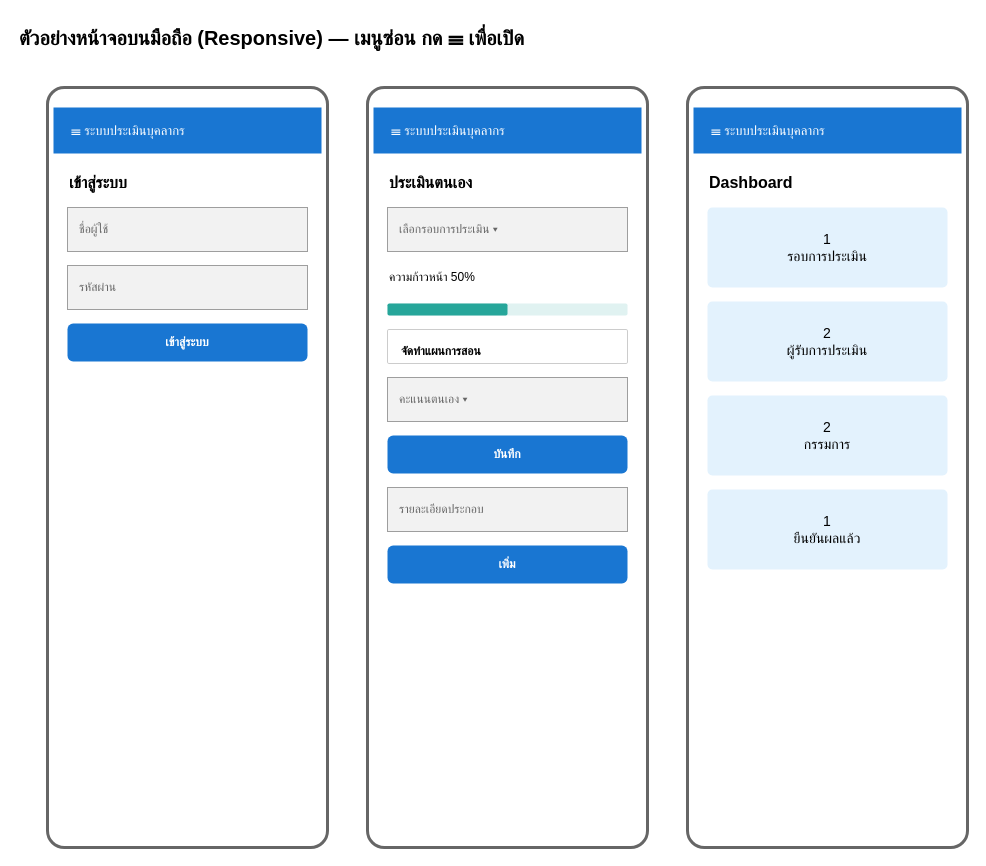
pushsuker/pic-skill-v4 keeps this draw.io diagram as page "3.6 มือถือ (Responsive)" (6 of 6) of คู่มือซ้อม-2569/งานออกแบบ/3-ออกแบบหน้าจอ.drawio. Above is the earlier version. Source tidied: cells renumbered, new cells numbered last; positions are measured from the earlier drawing's top-left corner, leaving out a move shared by most shapes. Both pictures are drawn from the tidied source at 100%, with x=0, y=0 at pixel (17, 17).
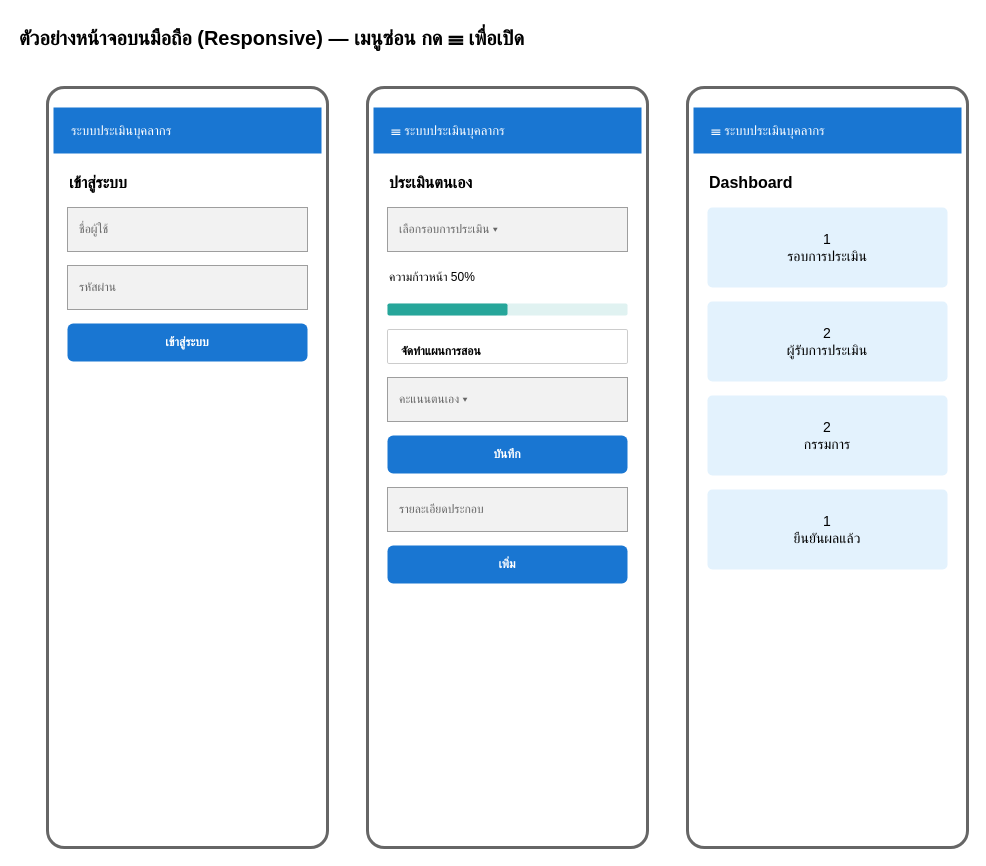
Above is the later version.

The edit, as a diff of the source:
```diff
@@
-    <mxCell id="4" value="☰  ระบบประเมินบุคลากร" style="rounded=0;whiteSpace=wrap;html=1;fillColor=#1976d2;strokeColor=none;fontColor=#ffffff;align=left;spacingLeft=16;fontSize=16;fontSize=13;" parent="1" vertex="1">
+    <mxCell id="4" value="ระบบประเมินบุคลากร" style="rounded=0;whiteSpace=wrap;html=1;fillColor=#1976d2;strokeColor=none;fontColor=#ffffff;align=left;spacingLeft=16;fontSize=16;fontSize=13;" parent="1" vertex="1">
       <mxGeometry x="36" y="90" width="268" height="46" as="geometry" />
     </mxCell>
```
